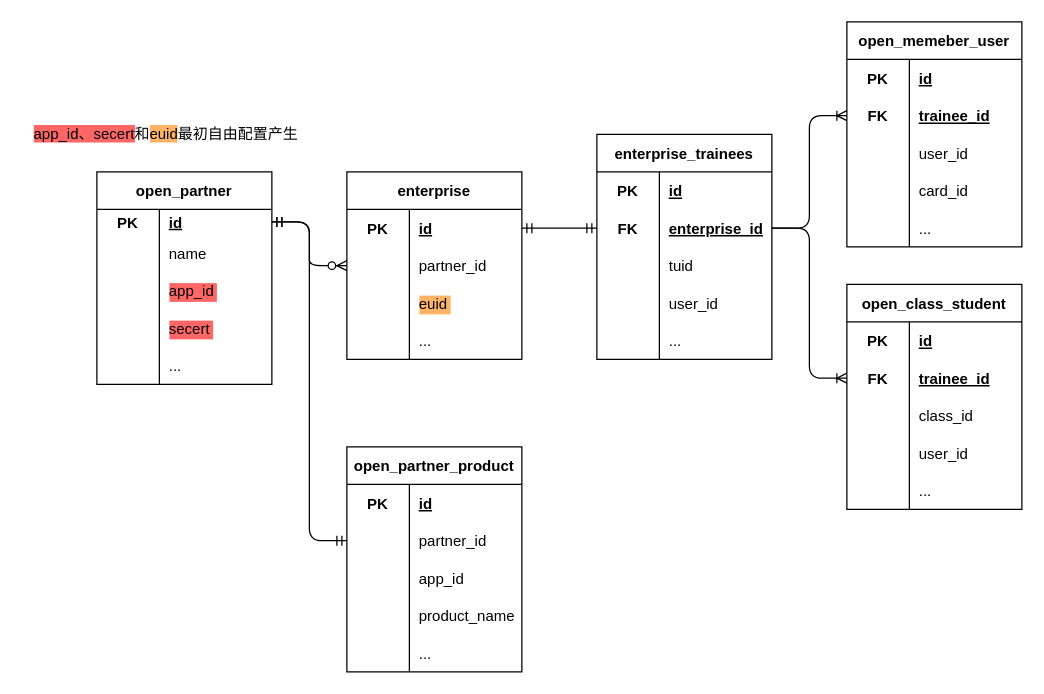
yueekee/Sediment-golang keeps this draw.io diagram as Basis/未命名绘图.drawio. Above is the earlier version. Source tidied: cells renumbered, new cells numbered last; positions are measured from the earlier drawing's top-left corner, leaving out a move shared by most shapes. Both pictures are drawn from the tidied source at 125%, with x=0, y=0 at pixel (21, 21).
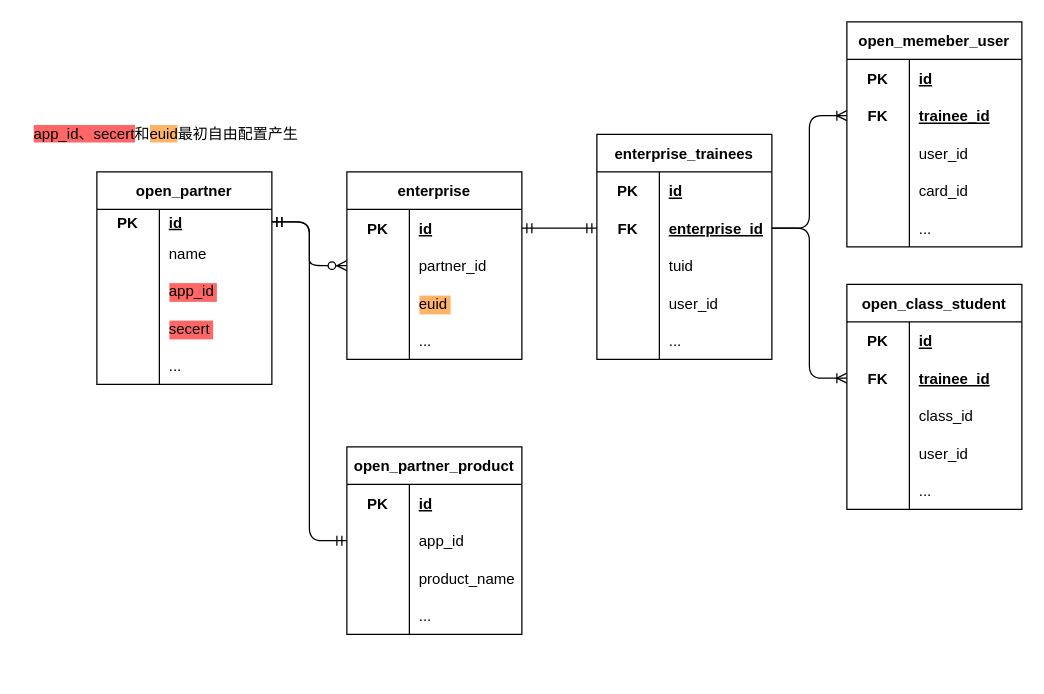
The same diagram, later.

Commit message:
更新未命名绘图.drawio

The change refers to these unchanged cells:
```xml
<mxCell id="84" style="shape=partialRectangle;fillColor=none;top=0;left=0;bottom=0;right=0;points=[[0,0.5],[1,0.5]];portConstraint=eastwest;" parent="83" vertex="1">
  <mxGeometry y="30" width="140" height="20" as="geometry" />
</mxCell>
```

Change to the diagram source:
```diff
@@
     <mxCell id="65" value="open_partner_product" style="shape=table;startSize=30;childLayout=tableLayout;rowLines=0;fontStyle=1;align=center;" parent="1" vertex="1">
-      <mxGeometry x="260" y="340" width="140" height="180" as="geometry" />
+      <mxGeometry x="260" y="340" width="140" height="150" as="geometry" />
     </mxCell>
@@
-    <mxCell id="69" style="shape=partialRectangle;fillColor=none;top=0;left=0;bottom=0;right=0;points=[[0,0.5],[1,0.5]];portConstraint=eastwest;" parent="65" vertex="1">
-      <mxGeometry y="60" width="140" height="30" as="geometry" />
-    </mxCell>
-    <mxCell id="70" style="shape=partialRectangle;fillColor=none;top=0;left=0;bottom=0;right=0;overflow=hidden;" parent="69" vertex="1">
-      <mxGeometry width="50" height="30" as="geometry" />
-    </mxCell>
-    <mxCell id="71" value="partner_id" style="shape=partialRectangle;fillColor=none;top=0;left=0;bottom=0;right=0;align=left;spacingLeft=6;overflow=hidden;" parent="69" vertex="1">
-      <mxGeometry x="50" width="90" height="30" as="geometry" />
-    </mxCell>
     <mxCell id="72" style="shape=partialRectangle;fillColor=none;top=0;left=0;bottom=0;right=0;" parent="65" vertex="1">
-      <mxGeometry y="90" width="140" height="30" as="geometry" />
+      <mxGeometry y="60" width="140" height="30" as="geometry" />
     </mxCell>
@@
     <mxCell id="75" style="shape=partialRectangle;fillColor=none;top=0;left=0;bottom=0;right=0;" parent="65" vertex="1">
-      <mxGeometry y="120" width="140" height="30" as="geometry" />
+      <mxGeometry y="90" width="140" height="30" as="geometry" />
     </mxCell>
@@
     <mxCell id="78" style="shape=partialRectangle;fillColor=none;top=0;left=0;bottom=0;right=0;" parent="65" vertex="1">
-      <mxGeometry y="150" width="140" height="30" as="geometry" />
+      <mxGeometry y="120" width="140" height="30" as="geometry" />
     </mxCell>
@@
-    <mxCell id="82" style="edgeStyle=entityRelationEdgeStyle;fontSize=12;html=1;endArrow=ERmandOne;startArrow=ERmandOne;exitX=1;exitY=0.5;exitDx=0;exitDy=0;entryX=0;entryY=0.5;entryDx=0;entryDy=0;" parent="1" edge="1" source="84" target="69">
-      <mxGeometry relative="1" as="geometry" />
+    <mxCell id="82" style="edgeStyle=entityRelationEdgeStyle;fontSize=12;html=1;endArrow=ERmandOne;startArrow=ERmandOne;exitX=1;exitY=0.5;exitDx=0;exitDy=0;entryX=0;entryY=0.5;entryDx=0;entryDy=0;" parent="1" edge="1" source="84">
+      <mxGeometry relative="1" as="geometry">
+        <mxPoint x="260" y="415" as="targetPoint" />
+      </mxGeometry>
     </mxCell>
```
